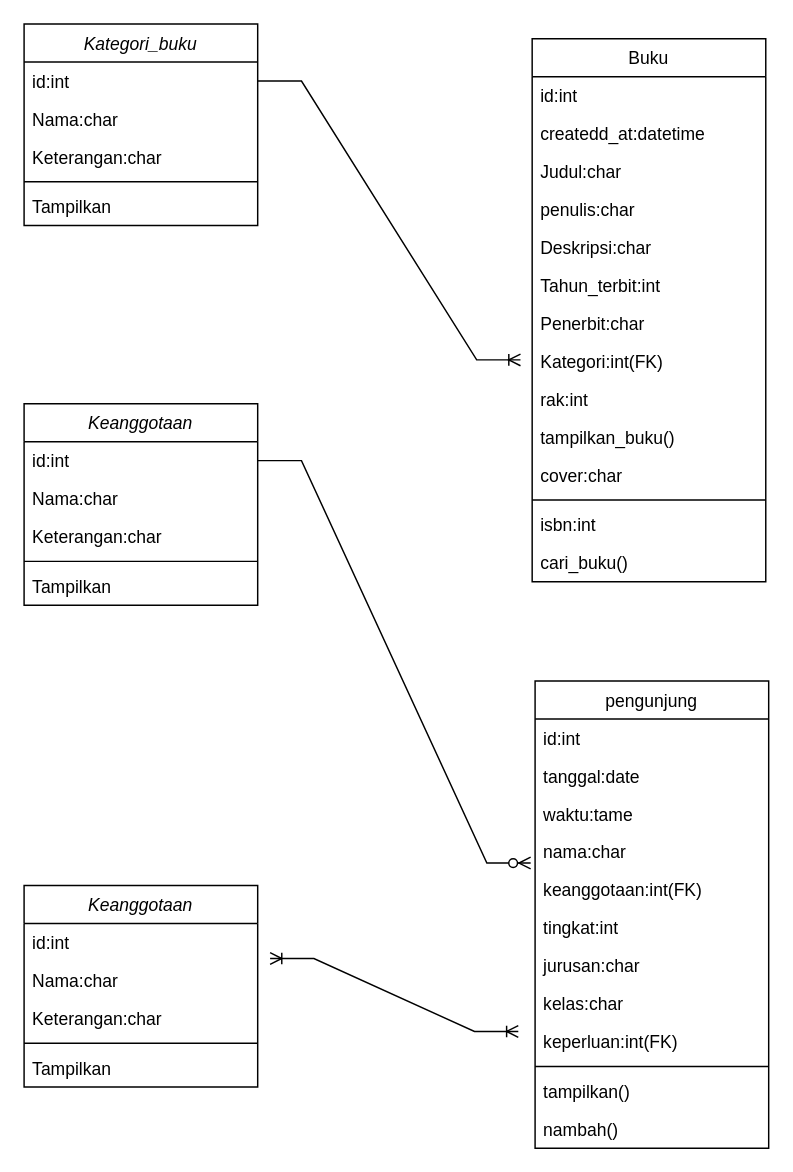
The draw.io diagram class-diagram-perpus-digital.drawio in elisamardiyani0/perpus_digital-TEPA, before the edit. Source tidied: cells renumbered, new cells numbered last; positions are measured from the earlier drawing's top-left corner, leaving out a move shared by most shapes. Both pictures are drawn from the tidied source at 146%, with x=0, y=0 at pixel (23, 23).
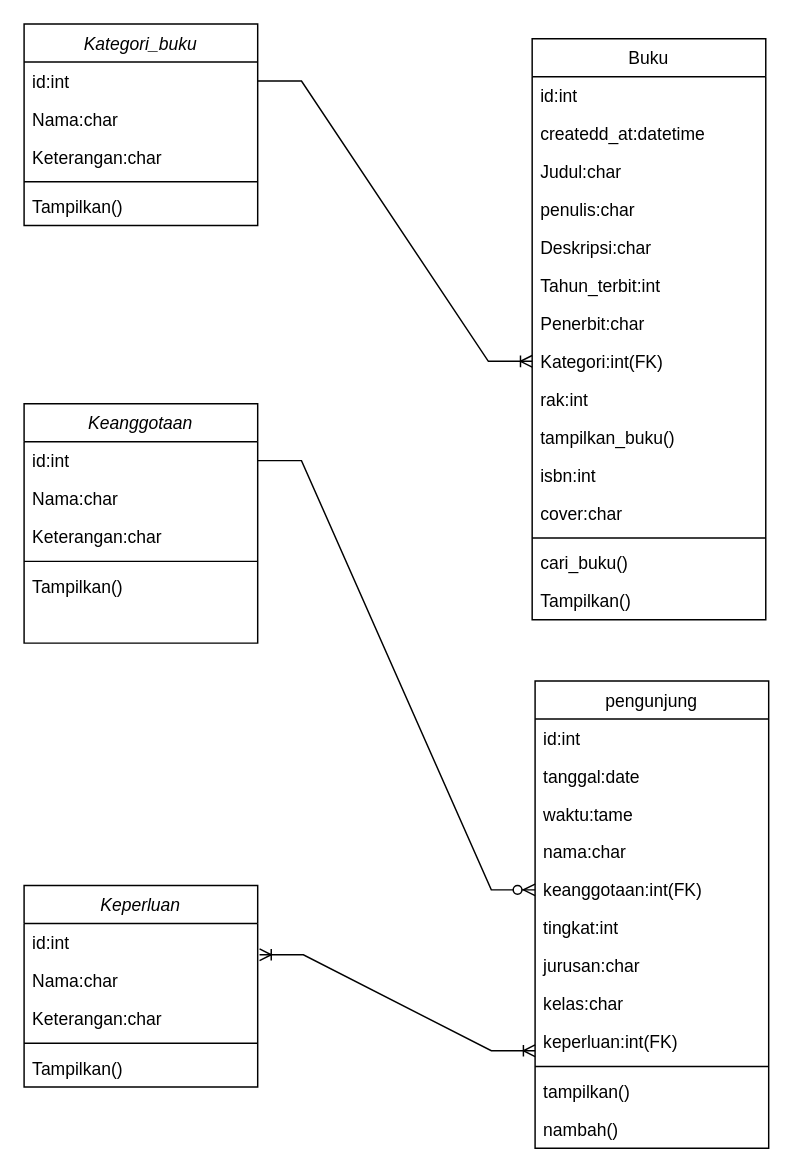
Above is the later version.

The change refers to these unchanged cells:
```xml
<mxCell id="2" value="Kategori_buku" style="swimlane;fontStyle=2;align=center;verticalAlign=top;horizontal=1;startSize=26;rounded=0;shadow=0;strokeWidth=1;" parent="1" vertex="1">
  <mxGeometry width="160" height="138" as="geometry" />
</mxCell>
<mxCell id="3" value="id:int" style="text;align=left;verticalAlign=top;spacingLeft=4;spacingRight=4;overflow=hidden;points=[[0,0.5],[1,0.5]];portConstraint=eastwest;" parent="2" vertex="1">
  <mxGeometry y="26" width="160" height="26" as="geometry" />
</mxCell>
<mxCell id="16" value="Kategori:int(FK)" style="text;align=left;verticalAlign=top;spacingLeft=4;spacingRight=4;overflow=hidden;points=[[0,0.5],[1,0.5]];portConstraint=eastwest;rounded=0;shadow=0;html=0;" parent="8" vertex="1">
  <mxGeometry y="208" width="160" height="26" as="geometry" />
</mxCell>
<mxCell id="24" value="id:int" style="text;align=left;verticalAlign=top;spacingLeft=4;spacingRight=4;overflow=hidden;points=[[0,0.5],[1,0.5]];portConstraint=eastwest;" parent="23" vertex="1">
  <mxGeometry y="26" width="160" height="26" as="geometry" />
</mxCell>
<mxCell id="30" value="id:int" style="text;align=left;verticalAlign=top;spacingLeft=4;spacingRight=4;overflow=hidden;points=[[0,0.5],[1,0.5]];portConstraint=eastwest;" parent="29" vertex="1">
  <mxGeometry y="26" width="160" height="26" as="geometry" />
</mxCell>
<mxCell id="40" value="keanggotaan:int(FK)" style="text;align=left;verticalAlign=top;spacingLeft=4;spacingRight=4;overflow=hidden;points=[[0,0.5],[1,0.5]];portConstraint=eastwest;rounded=0;shadow=0;html=0;" parent="35" vertex="1">
  <mxGeometry y="130" width="160" height="26" as="geometry" />
</mxCell>
```

Change to the diagram source:
```diff
@@
-    <mxCell id="7" value="Tampilkan" style="text;align=left;verticalAlign=top;spacingLeft=4;spacingRight=4;overflow=hidden;" parent="2" vertex="1">
+    <mxCell id="7" value="Tampilkan()" style="text;align=left;verticalAlign=top;spacingLeft=4;spacingRight=4;overflow=hidden;" parent="2" vertex="1">
       <mxGeometry y="112" width="160" height="26" as="geometry" />
     </mxCell>
     <mxCell id="8" value="Buku" style="swimlane;fontStyle=0;align=center;verticalAlign=top;horizontal=1;startSize=26;rounded=0;shadow=0;strokeWidth=1;" parent="1" vertex="1">
-      <mxGeometry x="348" y="10" width="160" height="372" as="geometry" />
+      <mxGeometry x="348" y="10" width="160" height="398" as="geometry" />
     </mxCell>
@@
+    <mxCell id="21" value="isbn:int&#10;" style="text;align=left;verticalAlign=top;spacingLeft=4;spacingRight=4;overflow=hidden;rounded=0;shadow=0;html=0;" parent="8" vertex="1">
+      <mxGeometry y="286" width="160" height="26" as="geometry" />
+    </mxCell>
     <mxCell id="19" value="cover:char" style="text;align=left;verticalAlign=top;spacingLeft=4;spacingRight=4;overflow=hidden;rounded=0;shadow=0;html=0;" parent="8" vertex="1">
-      <mxGeometry y="286" width="160" height="26" as="geometry" />
+      <mxGeometry y="312" width="160" height="26" as="geometry" />
     </mxCell>
     <mxCell id="20" style="line;html=1;strokeWidth=1;align=left;verticalAlign=middle;spacingTop=-1;spacingLeft=3;spacingRight=3;labelPosition=right;" parent="8" vertex="1">
-      <mxGeometry y="312" width="160" height="8" as="geometry" />
+      <mxGeometry y="338" width="160" height="8" as="geometry" />
     </mxCell>
-    <mxCell id="21" value="isbn:int&#10;" style="text;align=left;verticalAlign=top;spacingLeft=4;spacingRight=4;overflow=hidden;rounded=0;shadow=0;html=0;" parent="8" vertex="1">
-      <mxGeometry y="320" width="160" height="26" as="geometry" />
-    </mxCell>
@@
+    <mxCell id="51" value="Tampilkan()" style="text;align=left;verticalAlign=top;spacingLeft=4;spacingRight=4;overflow=hidden;" parent="8" vertex="1">
+      <mxGeometry y="372" width="160" height="26" as="geometry" />
+    </mxCell>
     <mxCell id="23" value="Keanggotaan" style="swimlane;fontStyle=2;align=center;verticalAlign=top;horizontal=1;startSize=26;rounded=0;shadow=0;strokeWidth=1;" parent="1" vertex="1">
-      <mxGeometry y="260" width="160" height="138" as="geometry" />
+      <mxGeometry y="260" width="160" height="164" as="geometry" />
     </mxCell>
@@
-    <mxCell id="28" value="Tampilkan" style="text;align=left;verticalAlign=top;spacingLeft=4;spacingRight=4;overflow=hidden;" parent="23" vertex="1">
+    <mxCell id="28" value="Tampilkan()" style="text;align=left;verticalAlign=top;spacingLeft=4;spacingRight=4;overflow=hidden;" parent="23" vertex="1">
       <mxGeometry y="112" width="160" height="26" as="geometry" />
     </mxCell>
-    <mxCell id="29" value="Keanggotaan" style="swimlane;fontStyle=2;align=center;verticalAlign=top;horizontal=1;startSize=26;rounded=0;shadow=0;strokeWidth=1;" parent="1" vertex="1">
+    <mxCell id="29" value="Keperluan" style="swimlane;fontStyle=2;align=center;verticalAlign=top;horizontal=1;startSize=26;rounded=0;shadow=0;strokeWidth=1;" parent="1" vertex="1">
       <mxGeometry y="590" width="160" height="138" as="geometry" />
     </mxCell>
@@
-    <mxCell id="34" value="Tampilkan" style="text;align=left;verticalAlign=top;spacingLeft=4;spacingRight=4;overflow=hidden;" parent="29" vertex="1">
+    <mxCell id="34" value="Tampilkan()" style="text;align=left;verticalAlign=top;spacingLeft=4;spacingRight=4;overflow=hidden;" parent="29" vertex="1">
       <mxGeometry y="112" width="160" height="26" as="geometry" />
     </mxCell>
@@
-    <mxCell id="48" style="edgeStyle=entityRelationEdgeStyle;fontSize=12;html=1;endArrow=ERoneToMany;rounded=0;exitX=1;exitY=0.5;exitDx=0;exitDy=0;" parent="1" edge="1" source="3">
-      <mxGeometry relative="1" as="geometry">
-        <mxPoint x="340" y="230" as="targetPoint" />
-      </mxGeometry>
+    <mxCell id="48" style="edgeStyle=entityRelationEdgeStyle;fontSize=12;html=1;endArrow=ERoneToMany;rounded=0;exitX=1;exitY=0.5;exitDx=0;exitDy=0;entryX=0;entryY=0.5;entryDx=0;entryDy=0;" parent="1" edge="1" source="3" target="16">
+      <mxGeometry relative="1" as="geometry" />
     </mxCell>
-    <mxCell id="49" style="edgeStyle=entityRelationEdgeStyle;fontSize=12;html=1;endArrow=ERzeroToMany;endFill=1;rounded=0;exitX=1;exitY=0.5;exitDx=0;exitDy=0;entryX=-0.019;entryY=-0.207;entryDx=0;entryDy=0;entryPerimeter=0;" parent="1" edge="1" source="24" target="40">
+    <mxCell id="49" style="edgeStyle=entityRelationEdgeStyle;fontSize=12;html=1;endArrow=ERzeroToMany;endFill=1;rounded=0;exitX=1;exitY=0.5;exitDx=0;exitDy=0;entryX=0;entryY=0.5;entryDx=0;entryDy=0;" parent="1" edge="1" source="24" target="40">
       <mxGeometry relative="1" as="geometry" />
     </mxCell>
-    <mxCell id="50" style="edgeStyle=entityRelationEdgeStyle;fontSize=12;html=1;endArrow=ERoneToMany;startArrow=ERoneToMany;rounded=0;exitX=1;exitY=0.5;exitDx=0;exitDy=0;" parent="1" edge="1">
+    <mxCell id="50" style="edgeStyle=entityRelationEdgeStyle;fontSize=12;html=1;endArrow=ERoneToMany;startArrow=ERoneToMany;rounded=0;exitX=1.008;exitY=0.825;exitDx=0;exitDy=0;exitPerimeter=0;entryX=-0.022;entryY=0.739;entryDx=0;entryDy=0;entryPerimeter=0;" parent="1" edge="1" source="30">
       <mxGeometry relative="1" as="geometry">
-        <mxPoint x="168.5" y="640" as="sourcePoint" />
-        <mxPoint x="338.5" y="690" as="targetPoint" />
+        <mxPoint x="350" y="703.2" as="targetPoint" />
         <Array as="points">
-          <mxPoint x="228.5" y="400" />
-          <mxPoint x="210.5" y="655" />
-          <mxPoint x="348.5" y="571" />
-          <mxPoint x="360.5" y="615" />
-          <mxPoint x="360.5" y="645" />
-          <mxPoint x="330.5" y="615" />
-          <mxPoint x="320.5" y="615" />
-          <mxPoint x="330.5" y="640" />
-          <mxPoint x="168.5" y="641" />
+          <mxPoint x="232" y="400" />
+          <mxPoint x="214" y="655" />
+          <mxPoint x="352" y="571" />
+          <mxPoint x="364" y="615" />
+          <mxPoint x="364" y="645" />
+          <mxPoint x="334" y="615" />
+          <mxPoint x="324" y="615" />
+          <mxPoint x="334" y="640" />
+          <mxPoint x="172" y="641" />
         </Array>
       </mxGeometry>
     </mxCell>
```
